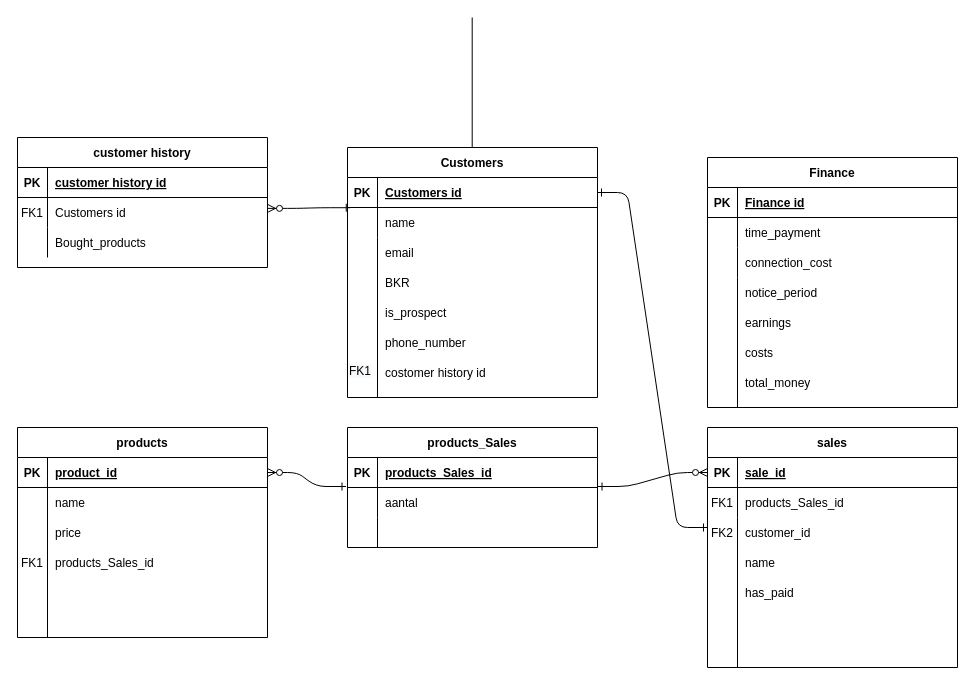
The draw.io diagram ERD.drawio in NickSchoenmakers/Barroc-Intens-App, before the edit. Source tidied: cells renumbered, new cells numbered last; positions are measured from the earlier drawing's top-left corner, leaving out a move shared by most shapes. Both pictures are drawn from the tidied source at 100%, with x=0, y=0 at pixel (17, 17).
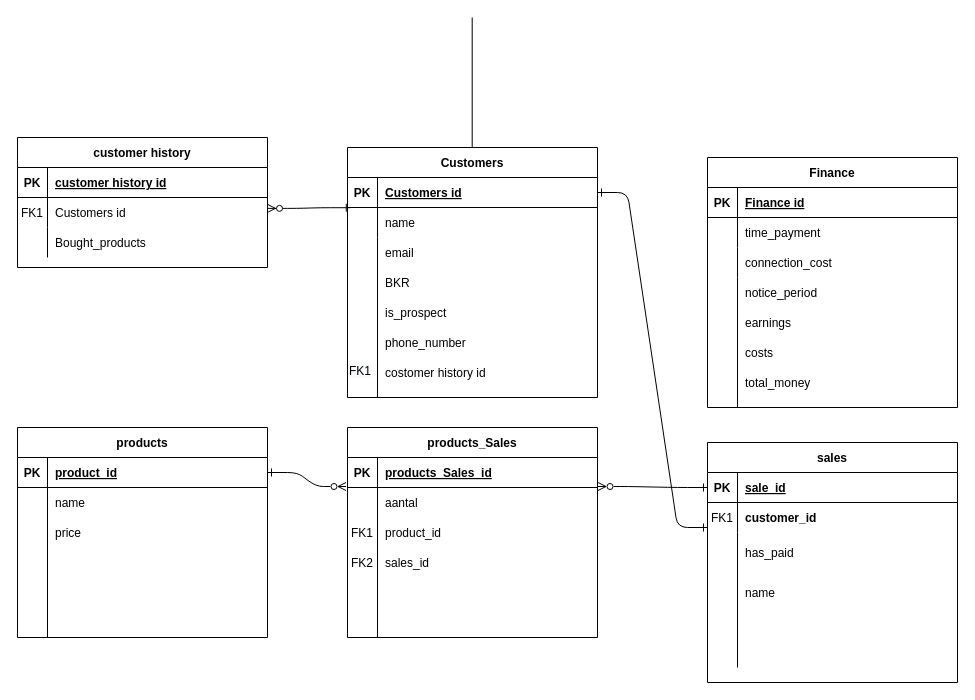
After the change.

Commit message:
ERD koppeltabel gemaakt

Unchanged cells that the change refers to:
```xml
<mxCell id="45" style="shape=partialRectangle;fillColor=none;points=[[0,0.5],[1,0.5]];portConstraint=eastwest;top=0;left=0;right=0;bottom=1;" parent="44" vertex="1">
  <mxGeometry y="30" width="250" height="30" as="geometry" />
</mxCell>
<mxCell id="48" style="shape=partialRectangle;fillColor=none;top=0;left=0;right=0;bottom=0;" parent="44" vertex="1">
  <mxGeometry y="60" width="250" height="30" as="geometry" />
</mxCell>
<mxCell id="51" style="shape=partialRectangle;fillColor=none;top=0;left=0;right=0;bottom=0;" parent="44" vertex="1">
  <mxGeometry y="90" width="250" height="30" as="geometry" />
</mxCell>
<mxCell id="55" style="shape=partialRectangle;fillColor=none;points=[[0,0.5],[1,0.5]];portConstraint=eastwest;top=0;left=0;right=0;bottom=1;" parent="54" vertex="1">
  <mxGeometry y="30" width="250" height="30" as="geometry" />
</mxCell>
<mxCell id="72" style="shape=partialRectangle;fillColor=none;points=[[0,0.5],[1,0.5]];portConstraint=eastwest;top=0;left=0;right=0;bottom=0;" parent="68" vertex="1">
  <mxGeometry y="60" width="250" height="30" as="geometry" />
</mxCell>
```

The edit, as a diff of the source:
```diff
@@
     <mxCell id="44" value="sales" style="shape=table;startSize=30;childLayout=tableLayout;rowLines=0;fontStyle=1;align=center;" parent="1" vertex="1">
-      <mxGeometry x="690" y="410" width="250" height="240" as="geometry" />
+      <mxGeometry x="690" y="425" width="250" height="240" as="geometry" />
     </mxCell>
@@
-    <mxCell id="50" value="products_Sales_id" style="shape=partialRectangle;overflow=hidden;fillColor=none;top=0;left=0;bottom=0;right=0;align=left;spacingLeft=6;" parent="48" vertex="1">
+    <mxCell id="50" value="customer_id" style="shape=partialRectangle;overflow=hidden;fillColor=none;top=0;left=0;bottom=0;right=0;align=left;spacingLeft=6;fontStyle=1;" parent="48" vertex="1">
       <mxGeometry x="30" width="220" height="30" as="geometry" />
     </mxCell>
@@
-    <mxCell id="53" value="customer_id" style="shape=partialRectangle;overflow=hidden;fillColor=none;top=0;left=0;bottom=0;right=0;align=left;spacingLeft=6;" parent="51" vertex="1">
+    <mxCell id="53" style="shape=partialRectangle;overflow=hidden;fillColor=none;top=0;left=0;bottom=0;right=0;align=left;spacingLeft=6;" parent="51" vertex="1">
       <mxGeometry x="30" width="220" height="30" as="geometry" />
     </mxCell>
@@
-    <mxCell id="65" value="FK2" style="shape=partialRectangle;overflow=hidden;fillColor=none;top=0;left=0;bottom=0;right=0;" parent="1" vertex="1">
-      <mxGeometry x="690" y="500" width="30" height="30" as="geometry" />
-    </mxCell>
     <mxCell id="66" value="name" style="shape=partialRectangle;overflow=hidden;fillColor=none;top=0;left=0;bottom=0;right=0;align=left;spacingLeft=6;" parent="1" vertex="1">
-      <mxGeometry x="720" y="530" width="220" height="30" as="geometry" />
+      <mxGeometry x="720" y="560" width="220" height="30" as="geometry" />
     </mxCell>
     <mxCell id="67" value="has_paid" style="shape=partialRectangle;overflow=hidden;fillColor=none;top=0;left=0;bottom=0;right=0;align=left;spacingLeft=6;" parent="1" vertex="1">
-      <mxGeometry x="720" y="560" width="220" height="30" as="geometry" />
+      <mxGeometry x="720" y="520" width="220" height="30" as="geometry" />
     </mxCell>
     <mxCell id="68" value="products_Sales" style="shape=table;startSize=30;childLayout=tableLayout;rowLines=0;fontStyle=1;align=center;" parent="1" vertex="1">
-      <mxGeometry x="330" y="410" width="250" height="120" as="geometry" />
+      <mxGeometry x="330" y="410" width="250" height="210" as="geometry" />
     </mxCell>
@@
-    <mxCell id="79" value="FK1" style="shape=partialRectangle;overflow=hidden;fillColor=none;top=0;left=0;bottom=0;right=0;" parent="1" vertex="1">
-      <mxGeometry y="530" width="30" height="30" as="geometry" />
-    </mxCell>
-    <mxCell id="80" value="products_Sales_id" style="shape=partialRectangle;overflow=hidden;fillColor=none;top=0;left=0;bottom=0;right=0;align=left;spacingLeft=6;" parent="1" vertex="1">
-      <mxGeometry x="30" y="530" width="220" height="30" as="geometry" />
-    </mxCell>
-    <mxCell id="81" style="edgeStyle=entityRelationEdgeStyle;endArrow=ERzeroToMany;startArrow=ERone;endFill=1;startFill=0;exitX=-0.006;exitY=-0.033;exitDx=0;exitDy=0;exitPerimeter=0;entryX=1;entryY=0.5;entryDx=0;entryDy=0;" parent="1" edge="1" source="72" target="55">
+    <mxCell id="81" style="edgeStyle=entityRelationEdgeStyle;endArrow=ERone;startArrow=ERzeroToMany;endFill=0;startFill=0;exitX=-0.006;exitY=-0.033;exitDx=0;exitDy=0;exitPerimeter=0;entryX=1;entryY=0.5;entryDx=0;entryDy=0;" parent="1" edge="1" source="72" target="55">
       <mxGeometry relative="1" as="geometry" />
     </mxCell>
-    <mxCell id="82" style="edgeStyle=entityRelationEdgeStyle;endArrow=ERzeroToMany;startArrow=ERone;endFill=1;startFill=0;exitX=1.002;exitY=-0.033;exitDx=0;exitDy=0;exitPerimeter=0;entryX=0;entryY=0.5;entryDx=0;entryDy=0;" parent="1" edge="1" source="72" target="45">
+    <mxCell id="82" style="edgeStyle=entityRelationEdgeStyle;endArrow=ERone;startArrow=ERzeroToMany;endFill=0;startFill=0;exitX=1.002;exitY=-0.033;exitDx=0;exitDy=0;exitPerimeter=0;entryX=0;entryY=0.5;entryDx=0;entryDy=0;" parent="1" edge="1" source="72" target="45">
       <mxGeometry relative="1" as="geometry" />
     </mxCell>
@@
+    <mxCell id="84" style="shape=partialRectangle;fillColor=none;top=0;left=0;right=0;bottom=0;" parent="1" vertex="1">
+      <mxGeometry x="330" y="500" width="250" height="30" as="geometry" />
+    </mxCell>
+    <mxCell id="85" style="shape=partialRectangle;overflow=hidden;fillColor=none;top=0;left=0;bottom=0;right=0;" parent="84" vertex="1">
+      <mxGeometry width="30" height="30" as="geometry" />
+    </mxCell>
+    <mxCell id="86" value="product_id" style="shape=partialRectangle;overflow=hidden;fillColor=none;top=0;left=0;bottom=0;right=0;align=left;spacingLeft=6;" parent="84" vertex="1">
+      <mxGeometry x="30" width="220" height="30" as="geometry" />
+    </mxCell>
+    <mxCell id="87" style="shape=partialRectangle;fillColor=none;top=0;left=0;right=0;bottom=0;" parent="1" vertex="1">
+      <mxGeometry x="330" y="530" width="250" height="30" as="geometry" />
+    </mxCell>
+    <mxCell id="88" style="shape=partialRectangle;overflow=hidden;fillColor=none;top=0;left=0;bottom=0;right=0;" parent="87" vertex="1">
+      <mxGeometry width="30" height="30" as="geometry" />
+    </mxCell>
+    <mxCell id="89" value="sales_id" style="shape=partialRectangle;overflow=hidden;fillColor=none;top=0;left=0;bottom=0;right=0;align=left;spacingLeft=6;" parent="87" vertex="1">
+      <mxGeometry x="30" width="220" height="30" as="geometry" />
+    </mxCell>
+    <mxCell id="90" style="endArrow=none;html=1;rounded=0;" parent="1" edge="1">
+      <mxGeometry relative="1" as="geometry">
+        <mxPoint x="360" y="620" as="sourcePoint" />
+        <mxPoint x="360" y="490" as="targetPoint" />
+      </mxGeometry>
+    </mxCell>
+    <mxCell id="79" value="FK1" style="shape=partialRectangle;overflow=hidden;fillColor=none;top=0;left=0;bottom=0;right=0;" parent="1" vertex="1">
+      <mxGeometry x="330" y="500" width="30" height="30" as="geometry" />
+    </mxCell>
+    <mxCell id="65" value="FK2" style="shape=partialRectangle;overflow=hidden;fillColor=none;top=0;left=0;bottom=0;right=0;" parent="1" vertex="1">
+      <mxGeometry x="330" y="530" width="30" height="30" as="geometry" />
+    </mxCell>
```
